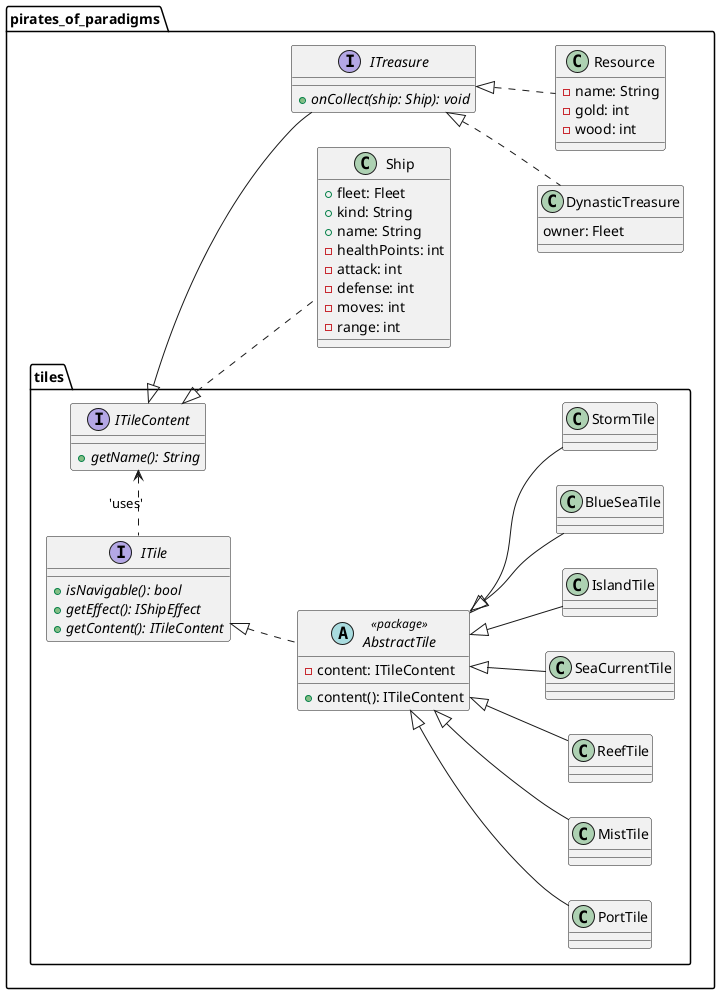
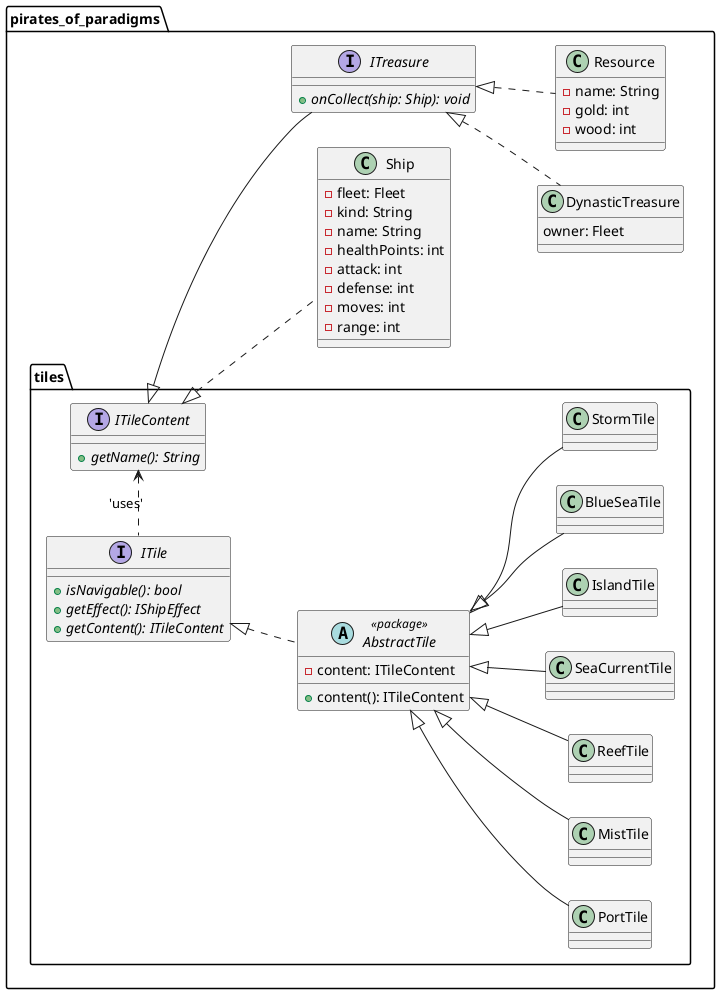
@startuml
left to right direction

package "pirates_of_paradigms" {
    package "tiles" {
        interface ITile
        interface ITileContent
        abstract AbstractTile <<package>> implements ITile
        class BlueSeaTile extends AbstractTile
        class StormTile extends AbstractTile
        class PortTile extends AbstractTile
        class MistTile extends AbstractTile
        class ReefTile extends AbstractTile
        class SeaCurrentTile extends AbstractTile
        class IslandTile extends AbstractTile
        ITileContent <. ITile : 'uses'
    }

    interface ITreasure implements tiles.ITileContent
    class Resource implements ITreasure
    class DynasticTreasure implements ITreasure
    class Ship implements tiles.ITileContent
}

' ################################################################
' Esta sección es para definir miembros y metodos
' ################################################################

interface pirates_of_paradigms.tiles.ITile {
    + {abstract} isNavigable(): bool
    + {abstract} getEffect(): IShipEffect
    + {abstract} getContent(): ITileContent
}

interface pirates_of_paradigms.tiles.ITileContent {
    + {abstract} getName(): String
}

abstract pirates_of_paradigms.tiles.AbstractTile {
    - content: ITileContent
    + content(): ITileContent
}

interface pirates_of_paradigms.ITreasure {
    + {abstract} onCollect(ship: Ship): void
}

class pirates_of_paradigms.Resource {
    - name: String
    - gold: int
    - wood: int
}

class pirates_of_paradigms.DynasticTreasure {
    owner: Fleet
}

class pirates_of_paradigms.Ship {
-     + fleet: Fleet
-     + kind: String
-     + name: String
+     - fleet: Fleet
+     - kind: String
+     - name: String
    - healthPoints: int
    - attack: int
    - defense: int
    - moves: int
    - range: int
}

@enduml